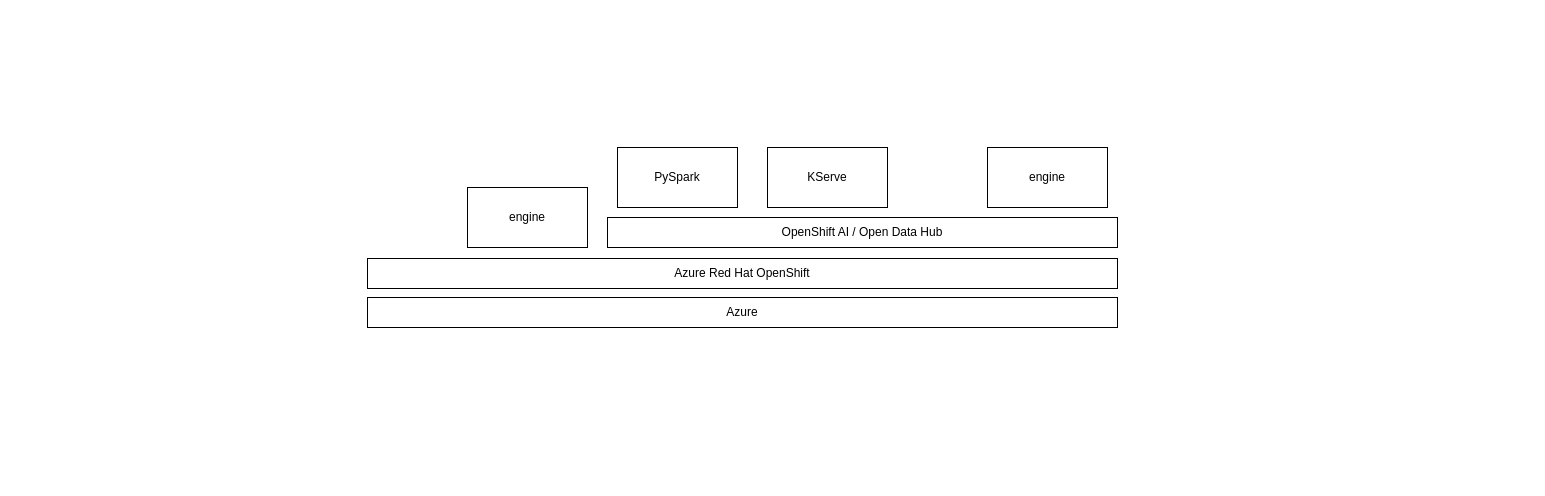
Above: page "Deployment-Architecture" (2 of 3) of docs/architecture.drawio in Amitgm/sasya-chikitsa (draw.io), before the change. Source tidied: cells renumbered, new cells numbered last; positions are measured from the earlier drawing's top-left corner, leaving out a move shared by most shapes. Both pictures are drawn from the tidied source at 100%, with x=0, y=0 at pixel (367, 147).
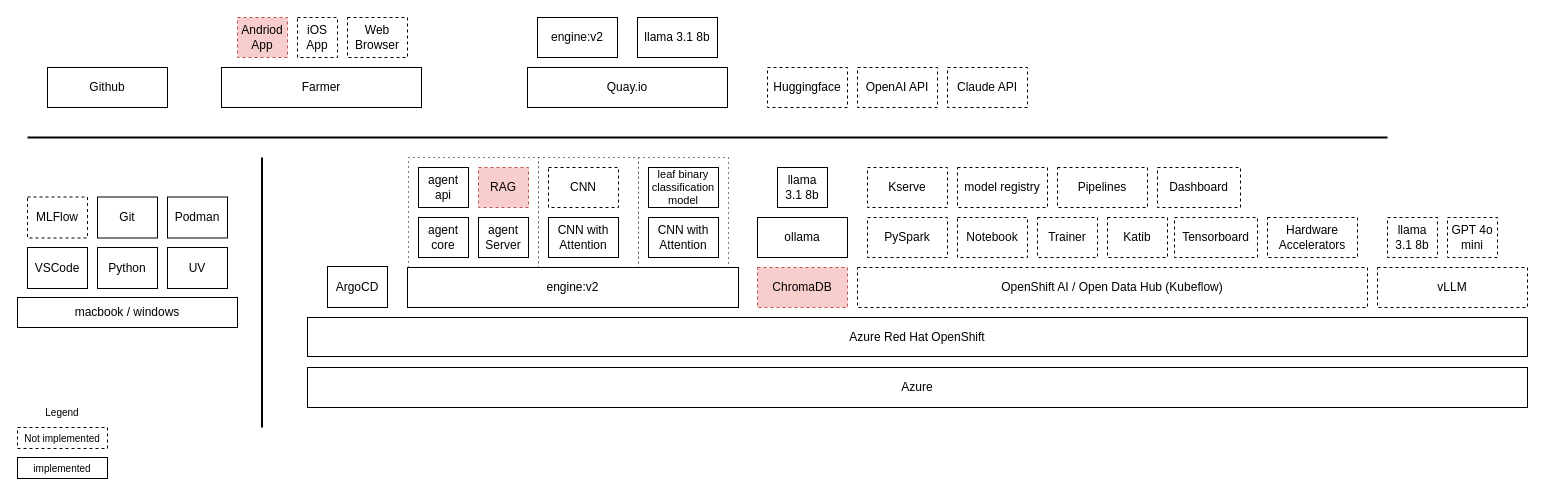
Above is the later version.

Commit message (it also covers changes not shown here):
made changes to the diagram

Change to the diagram source:
```diff
@@
-    <mxCell id="2" value="engine" style="rounded=0;whiteSpace=wrap;html=1;" parent="1" vertex="1">
-      <mxGeometry x="100" y="40" width="120" height="60" as="geometry" />
-    </mxCell>
-    <mxCell id="3" value="KServe" style="rounded=0;whiteSpace=wrap;html=1;" parent="1" vertex="1">
-      <mxGeometry x="400" width="120" height="60" as="geometry" />
-    </mxCell>
-    <mxCell id="4" value="engine" style="rounded=0;whiteSpace=wrap;html=1;" parent="1" vertex="1">
-      <mxGeometry x="620" width="120" height="60" as="geometry" />
-    </mxCell>
-    <mxCell id="5" value="OpenShift AI / Open Data Hub" style="rounded=0;whiteSpace=wrap;html=1;" parent="1" vertex="1">
-      <mxGeometry x="240" y="70" width="510" height="30" as="geometry" />
-    </mxCell>
     <mxCell id="6" value="Azure" style="rounded=0;whiteSpace=wrap;html=1;" parent="1" vertex="1">
-      <mxGeometry y="150" width="750" height="30" as="geometry" />
+      <mxGeometry x="-60" y="220" width="1220" height="40" as="geometry" />
     </mxCell>
     <mxCell id="7" value="Azure Red Hat OpenShift" style="rounded=0;whiteSpace=wrap;html=1;" parent="1" vertex="1">
-      <mxGeometry y="111" width="750" height="30" as="geometry" />
+      <mxGeometry x="-60" y="170" width="1220" height="39" as="geometry" />
     </mxCell>
+    <mxCell id="9" value="macbook / windows" style="rounded=0;whiteSpace=wrap;html=1;" parent="1" vertex="1">
+      <mxGeometry x="-350" y="150" width="220" height="30" as="geometry" />
+    </mxCell>
+    <mxCell id="10" value="UV" style="rounded=0;whiteSpace=wrap;html=1;" parent="1" vertex="1">
+      <mxGeometry x="-200" y="100" width="60" height="41" as="geometry" />
+    </mxCell>
+    <mxCell id="11" value="Python" style="rounded=0;whiteSpace=wrap;html=1;" parent="1" vertex="1">
+      <mxGeometry x="-270" y="100" width="60" height="41" as="geometry" />
+    </mxCell>
+    <mxCell id="12" value="VSCode" style="rounded=0;whiteSpace=wrap;html=1;" parent="1" vertex="1">
+      <mxGeometry x="-340" y="100" width="60" height="41" as="geometry" />
+    </mxCell>
+    <mxCell id="13" value="MLFlow" style="rounded=0;whiteSpace=wrap;html=1;dashed=1;" parent="1" vertex="1">
+      <mxGeometry x="-340" y="49.5" width="60" height="41" as="geometry" />
+    </mxCell>
+    <mxCell id="14" value="Podman" style="rounded=0;whiteSpace=wrap;html=1;" parent="1" vertex="1">
+      <mxGeometry x="-200" y="49.5" width="60" height="41" as="geometry" />
+    </mxCell>
+    <mxCell id="15" value="Quay.io" style="rounded=0;whiteSpace=wrap;html=1;" parent="1" vertex="1">
+      <mxGeometry x="160" y="-80" width="200" height="40" as="geometry" />
+    </mxCell>
+    <mxCell id="16" style="endArrow=none;html=1;rounded=0;strokeWidth=2;" parent="1" edge="1">
+      <mxGeometry relative="1" as="geometry">
+        <mxPoint x="-340" y="-10" as="sourcePoint" />
+        <mxPoint x="1020" y="-10" as="targetPoint" />
+      </mxGeometry>
+    </mxCell>
+    <mxCell id="17" style="endArrow=none;html=1;rounded=0;strokeWidth=2;" parent="1" edge="1">
+      <mxGeometry relative="1" as="geometry">
+        <mxPoint x="-105.5" y="280" as="sourcePoint" />
+        <mxPoint x="-105.5" y="10" as="targetPoint" />
+      </mxGeometry>
+    </mxCell>
+    <mxCell id="18" value="Github" style="rounded=0;whiteSpace=wrap;html=1;" parent="1" vertex="1">
+      <mxGeometry x="-320" y="-80" width="120" height="40" as="geometry" />
+    </mxCell>
+    <mxCell id="19" value="engine:v2" style="rounded=0;whiteSpace=wrap;html=1;" parent="1" vertex="1">
+      <mxGeometry x="170" y="-130" width="80" height="40" as="geometry" />
+    </mxCell>
+    <mxCell id="20" value="llama 3.1 8b" style="rounded=0;whiteSpace=wrap;html=1;" parent="1" vertex="1">
+      <mxGeometry x="270" y="-130" width="80" height="40" as="geometry" />
+    </mxCell>
+    <mxCell id="21" value="Huggingface" style="rounded=0;whiteSpace=wrap;html=1;dashed=1;" parent="1" vertex="1">
+      <mxGeometry x="400" y="-80" width="80" height="40" as="geometry" />
+    </mxCell>
+    <mxCell id="22" value="OpenAI API" style="rounded=0;whiteSpace=wrap;html=1;dashed=1;" parent="1" vertex="1">
+      <mxGeometry x="490" y="-80" width="80" height="40" as="geometry" />
+    </mxCell>
+    <mxCell id="23" value="Claude API" style="rounded=0;whiteSpace=wrap;html=1;dashed=1;" parent="1" vertex="1">
+      <mxGeometry x="580" y="-80" width="80" height="40" as="geometry" />
+    </mxCell>
+    <mxCell id="24" style="group;" parent="1" vertex="1">
+      <mxGeometry x="1010" y="70" width="150" height="90" as="geometry" />
+    </mxCell>
+    <mxCell id="4" value="vLLM" style="rounded=0;whiteSpace=wrap;html=1;dashed=1;" parent="24" vertex="1">
+      <mxGeometry y="50" width="150" height="40" as="geometry" />
+    </mxCell>
+    <mxCell id="25" value="llama 3.1 8b" style="rounded=0;whiteSpace=wrap;html=1;dashed=1;" parent="24" vertex="1">
+      <mxGeometry x="10" width="50" height="40" as="geometry" />
+    </mxCell>
+    <mxCell id="26" value="GPT 4o mini" style="rounded=0;whiteSpace=wrap;html=1;dashed=1;" parent="24" vertex="1">
+      <mxGeometry x="70" width="50" height="40" as="geometry" />
+    </mxCell>
+    <mxCell id="27" style="group;" parent="1" vertex="1">
+      <mxGeometry x="490" y="20" width="510" height="140" as="geometry" />
+    </mxCell>
+    <mxCell id="3" value="Trainer" style="rounded=0;whiteSpace=wrap;html=1;dashed=1;" parent="27" vertex="1">
+      <mxGeometry x="180" y="50" width="60" height="40" as="geometry" />
+    </mxCell>
+    <mxCell id="5" value="OpenShift AI / Open Data Hub (Kubeflow)" style="rounded=0;whiteSpace=wrap;html=1;dashed=1;" parent="27" vertex="1">
+      <mxGeometry y="100" width="510" height="40" as="geometry" />
+    </mxCell>
-    <mxCell id="8" value="PySpark" style="rounded=0;whiteSpace=wrap;html=1;" parent="1" vertex="1">
-      <mxGeometry x="250" width="120" height="60" as="geometry" />
+    <mxCell id="8" value="PySpark" style="rounded=0;whiteSpace=wrap;html=1;dashed=1;" parent="27" vertex="1">
+      <mxGeometry x="10" y="50" width="80" height="40" as="geometry" />
     </mxCell>
+    <mxCell id="28" value="model registry" style="rounded=0;whiteSpace=wrap;html=1;dashed=1;" parent="27" vertex="1">
+      <mxGeometry x="100" width="90" height="40" as="geometry" />
+    </mxCell>
+    <mxCell id="29" value="Pipelines" style="rounded=0;whiteSpace=wrap;html=1;dashed=1;" parent="27" vertex="1">
+      <mxGeometry x="200" width="90" height="40" as="geometry" />
+    </mxCell>
+    <mxCell id="30" value="Notebook" style="rounded=0;whiteSpace=wrap;html=1;dashed=1;" parent="27" vertex="1">
+      <mxGeometry x="100" y="50" width="70" height="40" as="geometry" />
+    </mxCell>
+    <mxCell id="31" value="Katib" style="rounded=0;whiteSpace=wrap;html=1;dashed=1;" parent="27" vertex="1">
+      <mxGeometry x="250" y="50" width="60" height="40" as="geometry" />
+    </mxCell>
+    <mxCell id="32" value="Kserve" style="rounded=0;whiteSpace=wrap;html=1;dashed=1;" parent="27" vertex="1">
+      <mxGeometry x="10" width="80" height="40" as="geometry" />
+    </mxCell>
+    <mxCell id="33" value="Tensorboard" style="rounded=0;whiteSpace=wrap;html=1;dashed=1;" parent="27" vertex="1">
+      <mxGeometry x="317" y="50" width="83" height="40" as="geometry" />
+    </mxCell>
+    <mxCell id="34" value="Dashboard" style="rounded=0;whiteSpace=wrap;html=1;dashed=1;" parent="27" vertex="1">
+      <mxGeometry x="300" width="83" height="40" as="geometry" />
+    </mxCell>
+    <mxCell id="35" value="Hardware Accelerators" style="rounded=0;whiteSpace=wrap;html=1;dashed=1;" parent="27" vertex="1">
+      <mxGeometry x="410" y="50" width="90" height="40" as="geometry" />
+    </mxCell>
+    <mxCell id="36" value="ChromaDB" style="rounded=0;whiteSpace=wrap;html=1;dashed=1;fillColor=#f8cecc;strokeColor=#b85450;" parent="1" vertex="1">
+      <mxGeometry x="390" y="120" width="90" height="40" as="geometry" />
+    </mxCell>
+    <mxCell id="37" value="Farmer" style="rounded=0;whiteSpace=wrap;html=1;" parent="1" vertex="1">
+      <mxGeometry x="-146" y="-80" width="200" height="40" as="geometry" />
+    </mxCell>
+    <mxCell id="38" value="Andriod App" style="rounded=0;whiteSpace=wrap;html=1;dashed=1;fillColor=#f8cecc;strokeColor=#b85450;" parent="1" vertex="1">
+      <mxGeometry x="-130" y="-130" width="50" height="40" as="geometry" />
+    </mxCell>
+    <mxCell id="39" value="iOS App" style="rounded=0;whiteSpace=wrap;html=1;dashed=1;" parent="1" vertex="1">
+      <mxGeometry x="-70" y="-130" width="40" height="40" as="geometry" />
+    </mxCell>
+    <mxCell id="40" value="Web Browser" style="rounded=0;whiteSpace=wrap;html=1;dashed=1;" parent="1" vertex="1">
+      <mxGeometry x="-20" y="-130" width="60" height="40" as="geometry" />
+    </mxCell>
+    <mxCell id="41" value="Not implemented" style="rounded=0;whiteSpace=wrap;html=1;dashed=1;fontSize=10;" parent="1" vertex="1">
+      <mxGeometry x="-350" y="280" width="90" height="21" as="geometry" />
+    </mxCell>
+    <mxCell id="42" value="implemented" style="rounded=0;whiteSpace=wrap;html=1;fontSize=10;" parent="1" vertex="1">
+      <mxGeometry x="-350" y="310" width="90" height="21" as="geometry" />
+    </mxCell>
+    <mxCell id="43" value="Legend" style="text;html=1;align=center;verticalAlign=middle;whiteSpace=wrap;rounded=0;fontSize=10;" parent="1" vertex="1">
+      <mxGeometry x="-350" y="250" width="90" height="30" as="geometry" />
+    </mxCell>
+    <mxCell id="44" style="group;" parent="1" vertex="1">
+      <mxGeometry x="390" y="20" width="90" height="90" as="geometry" />
+    </mxCell>
+    <mxCell id="45" value="ollama" style="rounded=0;whiteSpace=wrap;html=1;" parent="44" vertex="1">
+      <mxGeometry y="50" width="90" height="40" as="geometry" />
+    </mxCell>
+    <mxCell id="46" value="llama 3.1 8b" style="rounded=0;whiteSpace=wrap;html=1;" parent="44" vertex="1">
+      <mxGeometry x="20" width="50" height="40" as="geometry" />
+    </mxCell>
+    <mxCell id="47" style="group;" parent="1" vertex="1">
+      <mxGeometry x="40" y="10" width="331" height="150" as="geometry" />
+    </mxCell>
+    <mxCell id="48" style="rounded=0;whiteSpace=wrap;html=1;dashed=1;dashPattern=1 4;" parent="47" vertex="1">
+      <mxGeometry x="231" width="90" height="110" as="geometry" />
+    </mxCell>
+    <mxCell id="49" style="rounded=0;whiteSpace=wrap;html=1;dashed=1;dashPattern=1 4;" parent="47" vertex="1">
+      <mxGeometry x="1" width="130" height="110" as="geometry" />
+    </mxCell>
+    <mxCell id="50" value="agent api" style="rounded=0;whiteSpace=wrap;html=1;" parent="47" vertex="1">
+      <mxGeometry x="11" y="10" width="50" height="40" as="geometry" />
+    </mxCell>
+    <mxCell id="51" value="agent Server" style="rounded=0;whiteSpace=wrap;html=1;" parent="47" vertex="1">
+      <mxGeometry x="71" y="60" width="50" height="40" as="geometry" />
+    </mxCell>
+    <mxCell id="52" value="agent core" style="rounded=0;whiteSpace=wrap;html=1;" parent="47" vertex="1">
+      <mxGeometry x="11" y="60" width="50" height="40" as="geometry" />
+    </mxCell>
+    <mxCell id="53" style="rounded=0;whiteSpace=wrap;html=1;dashed=1;dashPattern=1 4;" parent="47" vertex="1">
+      <mxGeometry x="131" width="100" height="110" as="geometry" />
+    </mxCell>
+    <mxCell id="2" value="engine:v2" style="rounded=0;whiteSpace=wrap;html=1;" parent="47" vertex="1">
+      <mxGeometry y="110" width="331" height="40" as="geometry" />
+    </mxCell>
+    <mxCell id="54" value="CNN" style="rounded=0;whiteSpace=wrap;html=1;dashed=1;" parent="47" vertex="1">
+      <mxGeometry x="141" y="10" width="70" height="40" as="geometry" />
+    </mxCell>
+    <mxCell id="55" value="CNN with Attention" style="rounded=0;whiteSpace=wrap;html=1;" parent="47" vertex="1">
+      <mxGeometry x="141" y="60" width="70" height="40" as="geometry" />
+    </mxCell>
+    <mxCell id="56" value="leaf binary classification model" style="rounded=0;whiteSpace=wrap;html=1;fontSize=11;" parent="47" vertex="1">
+      <mxGeometry x="241" y="10" width="70" height="40" as="geometry" />
+    </mxCell>
+    <mxCell id="57" value="CNN with Attention" style="rounded=0;whiteSpace=wrap;html=1;" parent="47" vertex="1">
+      <mxGeometry x="241" y="60" width="70" height="40" as="geometry" />
+    </mxCell>
+    <mxCell id="58" value="RAG" style="rounded=0;whiteSpace=wrap;html=1;dashed=1;fillColor=#f8cecc;strokeColor=#b85450;" parent="47" vertex="1">
+      <mxGeometry x="71" y="10" width="50" height="40" as="geometry" />
+    </mxCell>
+    <mxCell id="59" value="ArgoCD" style="rounded=0;whiteSpace=wrap;html=1;" parent="1" vertex="1">
+      <mxGeometry x="-40" y="119" width="60" height="41" as="geometry" />
+    </mxCell>
+    <mxCell id="60" value="Git" style="rounded=0;whiteSpace=wrap;html=1;" parent="1" vertex="1">
+      <mxGeometry x="-270" y="49.5" width="60" height="41" as="geometry" />
+    </mxCell>
```
